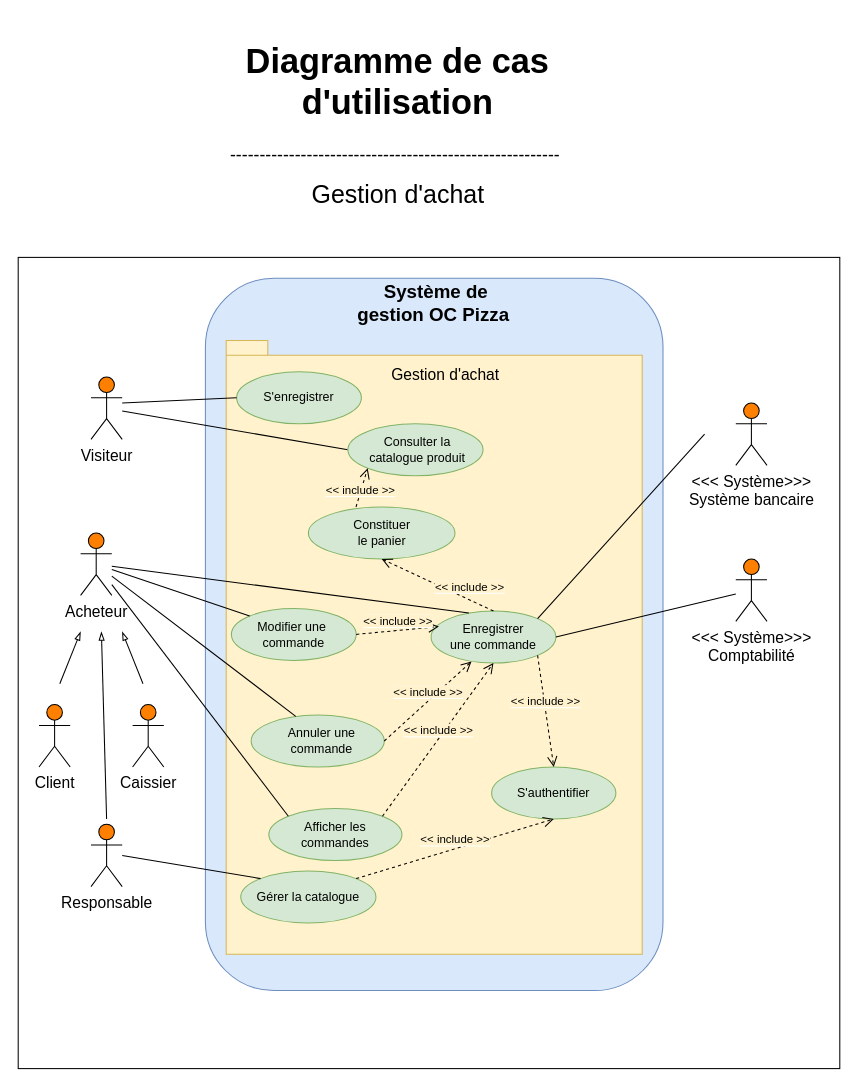
Before: page "Gestion d'achat" (1 of 5) of Use case Diagram.drawio in Maayaavi/OC_Project_4, a draw.io diagram. Source tidied: cells renumbered, new cells numbered last; positions are measured from the earlier drawing's top-left corner, leaving out a move shared by most shapes. Both pictures are drawn from the tidied source at 104%, with x=0, y=0 at pixel (18, 28).
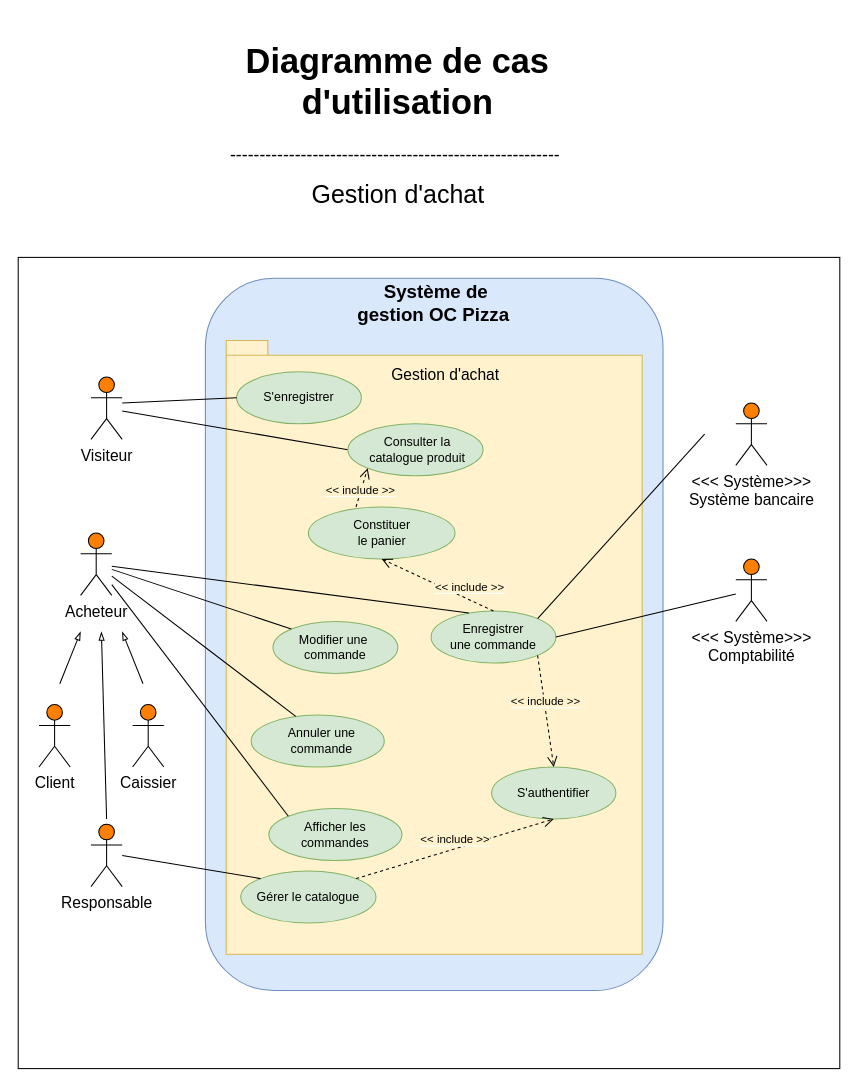
The same page after the edit.

Unchanged cells that the change refers to:
```xml
<mxCell id="15" style="ellipse;whiteSpace=wrap;html=1;fillColor=#d5e8d4;strokeColor=#82b366;" parent="1" vertex="1">
  <mxGeometry x="397" y="560" width="120" height="50" as="geometry" />
</mxCell>
<mxCell id="16" value="Enregistrer &lt;br&gt;une commande" style="text;html=1;strokeColor=none;fillColor=none;align=center;verticalAlign=middle;whiteSpace=wrap;rounded=0;" parent="1" vertex="1">
  <mxGeometry x="352" y="575" width="210" height="20" as="geometry" />
</mxCell>
<mxCell id="24" style="ellipse;whiteSpace=wrap;html=1;fillColor=#d5e8d4;strokeColor=#82b366;" parent="1" vertex="1">
  <mxGeometry x="241" y="750" width="128" height="50" as="geometry" />
</mxCell>
<mxCell id="27" style="ellipse;whiteSpace=wrap;html=1;fillColor=#d5e8d4;strokeColor=#82b366;" parent="1" vertex="1">
  <mxGeometry x="224" y="660" width="128" height="50" as="geometry" />
</mxCell>
```

The edit, as a diff of the source:
```diff
@@
-    <mxCell id="20" value="Gérer la catalogue" style="text;html=1;strokeColor=none;fillColor=none;align=center;verticalAlign=middle;whiteSpace=wrap;rounded=0;" parent="1" vertex="1">
+    <mxCell id="20" value="Gérer le&amp;nbsp;catalogue" style="text;html=1;strokeColor=none;fillColor=none;align=center;verticalAlign=middle;whiteSpace=wrap;rounded=0;" parent="1" vertex="1">
       <mxGeometry x="174" y="825" width="210" height="20" as="geometry" />
     </mxCell>
@@
     <mxCell id="23" style="ellipse;whiteSpace=wrap;html=1;fillColor=#d5e8d4;strokeColor=#82b366;" parent="1" vertex="1">
-      <mxGeometry x="205" y="557.5" width="120" height="50" as="geometry" />
+      <mxGeometry x="245" y="570" width="120" height="50" as="geometry" />
     </mxCell>
@@
-    <mxCell id="33" value="&lt;span style=&quot;background-color: rgb(255 , 242 , 204)&quot;&gt;&amp;lt;&amp;lt; include &amp;gt;&amp;gt;&lt;/span&gt;" style="html=1;verticalAlign=bottom;endArrow=open;dashed=1;endSize=8;entryX=0.5;entryY=1;entryDx=0;entryDy=0;exitX=1;exitY=0;exitDx=0;exitDy=0;" parent="1" edge="1" source="24" target="15">
-      <mxGeometry relative="1" as="geometry" />
-    </mxCell>
@@
-    <mxCell id="40" value="&lt;span style=&quot;background-color: rgb(255 , 242 , 204)&quot;&gt;&amp;lt;&amp;lt; include &amp;gt;&amp;gt;&lt;/span&gt;" style="html=1;verticalAlign=bottom;endArrow=open;dashed=1;endSize=8;exitX=1;exitY=0.5;exitDx=0;exitDy=0;entryX=0.324;entryY=0.971;entryDx=0;entryDy=0;entryPerimeter=0;" parent="1" edge="1" source="27" target="15">
-      <mxGeometry relative="1" as="geometry" />
-    </mxCell>
     <mxCell id="41" value="Modifier une&amp;nbsp;&lt;br&gt;commande" style="text;html=1;strokeColor=none;fillColor=none;align=center;verticalAlign=middle;whiteSpace=wrap;rounded=0;" parent="1" vertex="1">
-      <mxGeometry x="160" y="572.5" width="210" height="20" as="geometry" />
+      <mxGeometry x="200" y="585" width="210" height="20" as="geometry" />
     </mxCell>
@@
-    <mxCell id="46" value="&lt;span style=&quot;background-color: rgb(255 , 242 , 204)&quot;&gt;&amp;lt;&amp;lt; include &amp;gt;&amp;gt;&lt;/span&gt;" style="html=1;verticalAlign=bottom;endArrow=open;dashed=1;endSize=8;exitX=1;exitY=0.5;exitDx=0;exitDy=0;entryX=0.25;entryY=0;entryDx=0;entryDy=0;" parent="1" edge="1" source="23" target="16">
-      <mxGeometry relative="1" as="geometry" />
-    </mxCell>
```
